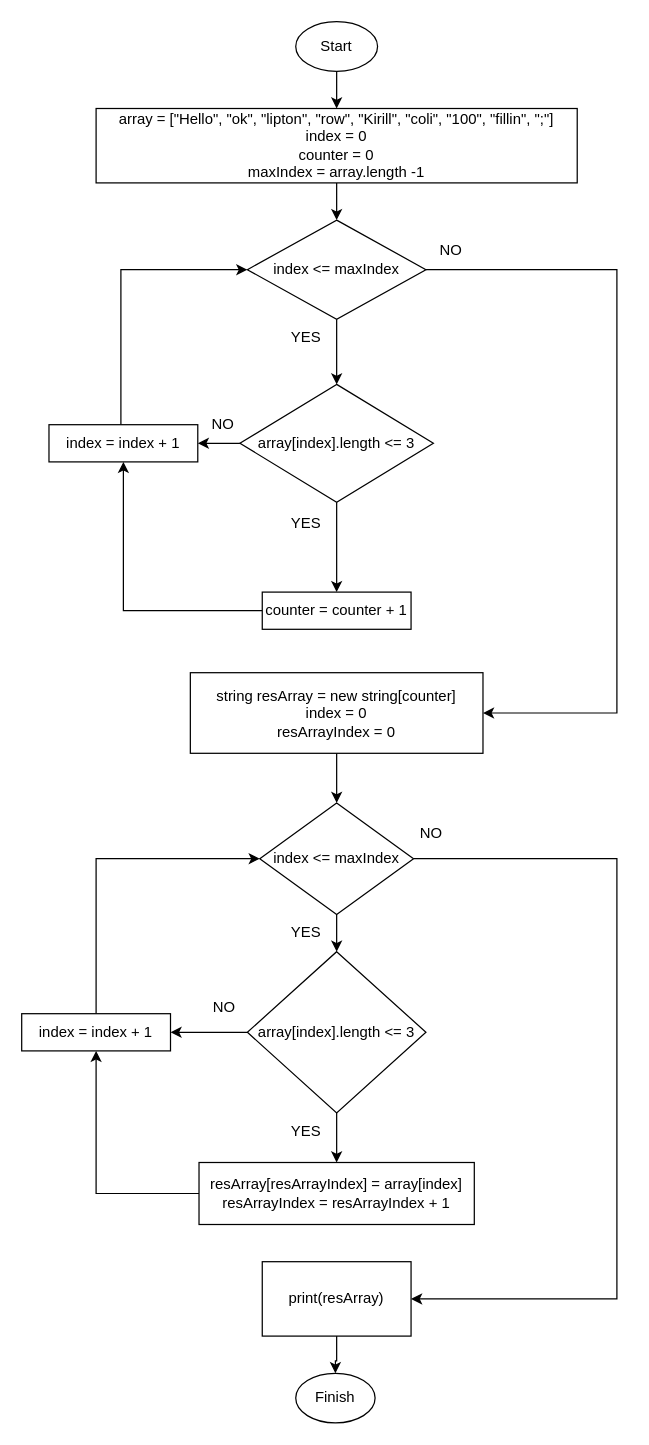
Earlier version of the draw.io diagram Blok-schema KR.drawio (FeelingLife/KR_C_sharp2). Source tidied: cells renumbered, new cells numbered last; positions are measured from the earlier drawing's top-left corner, leaving out a move shared by most shapes. Both pictures are drawn from the tidied source at 124%, with x=0, y=0 at pixel (21, 21).
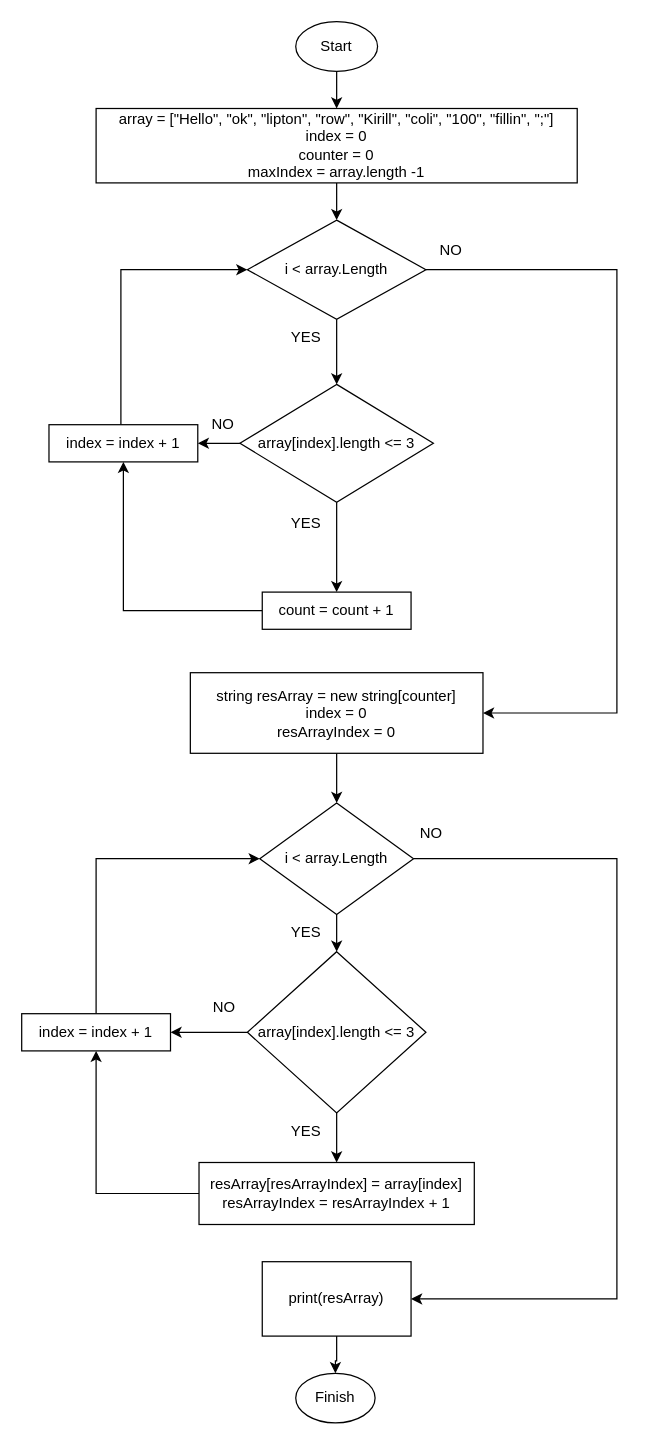
The same diagram, later.

What changed in the source:
```diff
@@
-    <mxCell id="11" value="index &amp;lt;= maxIndex" style="rhombus;whiteSpace=wrap;html=1;" parent="1" vertex="1">
+    <mxCell id="11" value="i &amp;lt; array.Length" style="rhombus;whiteSpace=wrap;html=1;" parent="1" vertex="1">
       <mxGeometry x="182" y="160" width="144" height="80" as="geometry" />
     </mxCell>
@@
-    <mxCell id="16" value="counter = counter + 1" style="rounded=0;whiteSpace=wrap;html=1;" parent="1" vertex="1">
+    <mxCell id="16" value="count = count + 1" style="rounded=0;whiteSpace=wrap;html=1;" parent="1" vertex="1">
       <mxGeometry x="194" y="460" width="120" height="30" as="geometry" />
     </mxCell>
@@
-    <mxCell id="21" value="index &amp;lt;= maxIndex" style="rhombus;whiteSpace=wrap;html=1;" parent="1" vertex="1">
+    <mxCell id="21" value="i &amp;lt; array.Length" style="rhombus;whiteSpace=wrap;html=1;" parent="1" vertex="1">
       <mxGeometry x="192" y="630" width="124" height="90" as="geometry" />
     </mxCell>
```
